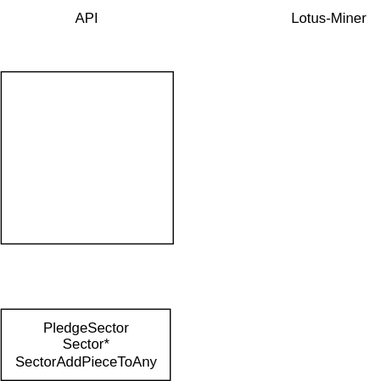
Earlier version of the draw.io export sub-process-diagram.svg (rjan90/Diagram). Source tidied: cells renumbered, new cells last; positions are measured from the earlier drawing's top-left corner, leaving out a move shared by most shapes.
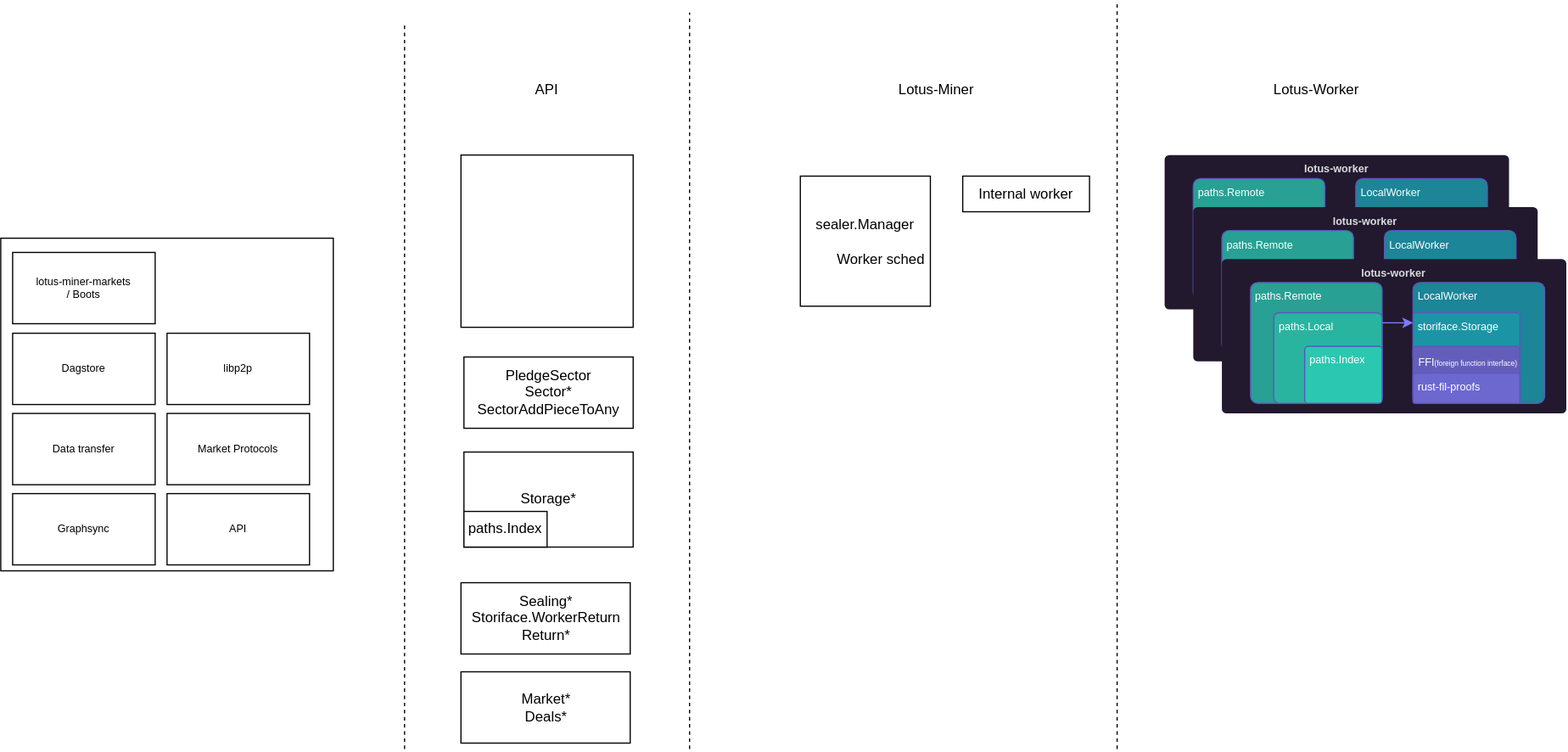
After the commit.

Diff of the diagram source:
```diff
@@ -3,16 +3,184 @@
     <mxCell id="0" />
     <mxCell id="1" parent="0" />
     <mxCell id="2" style="whiteSpace=wrap;html=1;" parent="1" vertex="1">
-      <mxGeometry x="-0.5" y="60" width="145" height="145" as="geometry" />
+      <mxGeometry x="29.5" y="60" width="145" height="145" as="geometry" />
     </mxCell>
     <mxCell id="3" value="API" style="text;html=1;strokeColor=none;fillColor=none;align=center;verticalAlign=middle;whiteSpace=wrap;rounded=0;" parent="1" vertex="1">
-      <mxGeometry x="42" width="60" height="30" as="geometry" />
+      <mxGeometry x="72" y="-10" width="60" height="30" as="geometry" />
     </mxCell>
     <mxCell id="4" value="Lotus-Miner" style="text;html=1;strokeColor=none;fillColor=none;align=center;verticalAlign=middle;whiteSpace=wrap;rounded=0;" parent="1" vertex="1">
-      <mxGeometry x="238" width="76" height="30" as="geometry" />
+      <mxGeometry x="392" y="-10" width="76" height="30" as="geometry" />
     </mxCell>
     <mxCell id="5" value="PledgeSector&lt;br&gt;Sector*&lt;br&gt;SectorAddPieceToAny" style="rounded=0;whiteSpace=wrap;html=1;" parent="1" vertex="1">
-      <mxGeometry x="-0.5" y="260" width="142.5" height="60" as="geometry" />
+      <mxGeometry x="32" y="230" width="142.5" height="60" as="geometry" />
     </mxCell>
+    <mxCell id="6" style="endArrow=none;dashed=1;html=1;rounded=0;" parent="1" edge="1">
+      <mxGeometry relative="1" as="geometry">
+        <mxPoint x="-18" y="560" as="sourcePoint" />
+        <mxPoint x="-18" y="-51" as="targetPoint" />
+      </mxGeometry>
+    </mxCell>
+    <mxCell id="7" style="endArrow=none;dashed=1;html=1;rounded=0;" parent="1" edge="1">
+      <mxGeometry relative="1" as="geometry">
+        <mxPoint x="222" y="560" as="sourcePoint" />
+        <mxPoint x="222" y="-60" as="targetPoint" />
+      </mxGeometry>
+    </mxCell>
+    <mxCell id="8" value="Storage*" style="rounded=0;whiteSpace=wrap;html=1;" parent="1" vertex="1">
+      <mxGeometry x="32" y="310" width="142.5" height="80" as="geometry" />
+    </mxCell>
+    <mxCell id="9" style="endArrow=none;dashed=1;html=1;rounded=0;" parent="1" edge="1">
+      <mxGeometry relative="1" as="geometry">
+        <mxPoint x="582" y="560" as="sourcePoint" />
+        <mxPoint x="582" y="-70" as="targetPoint" />
+      </mxGeometry>
+    </mxCell>
+    <mxCell id="10" value="sealer.Manager&lt;br&gt;&lt;br&gt;&lt;span style=&quot;white-space: pre;&quot;&gt;&#9;&lt;/span&gt;Worker sched" style="whiteSpace=wrap;html=1;" parent="1" vertex="1">
+      <mxGeometry x="315.2" y="77.8" width="109.5" height="109.5" as="geometry" />
+    </mxCell>
+    <mxCell id="11" value="Lotus-Worker" style="text;html=1;strokeColor=none;fillColor=none;align=center;verticalAlign=middle;whiteSpace=wrap;rounded=0;" parent="1" vertex="1">
+      <mxGeometry x="712" y="-10" width="76" height="30" as="geometry" />
+    </mxCell>
+    <mxCell id="12" value="Internal worker" style="rounded=0;whiteSpace=wrap;html=1;" parent="1" vertex="1">
+      <mxGeometry x="452" y="77.8" width="106.8" height="30" as="geometry" />
+    </mxCell>
+    <mxCell id="13" style="group;fontSize=9;" parent="1" vertex="1">
+      <mxGeometry x="622" y="60" width="338.2" height="217.5" as="geometry" />
+    </mxCell>
+    <mxCell id="14" value="&lt;b style=&quot;font-size: 9px;&quot;&gt;&lt;font color=&quot;#dbdcdf&quot; style=&quot;font-size: 9px;&quot;&gt;lotus-worker&lt;/font&gt;&lt;/b&gt;" style="rounded=1;whiteSpace=wrap;html=1;verticalAlign=top;fontSize=9;strokeColor=none;fillColor=#22192f;glass=0;sketch=0;shadow=0;arcSize=3;" parent="13" vertex="1">
+      <mxGeometry width="290" height="130" as="geometry" />
+    </mxCell>
+    <mxCell id="15" value="&amp;nbsp;paths.Remote" style="rounded=1;whiteSpace=wrap;html=1;shadow=0;glass=0;labelBackgroundColor=none;sketch=0;fontSize=9;fontColor=#FFFFFF;fillColor=#28a093;arcSize=6;strokeColor=#5C57BC;verticalAlign=top;align=left;" parent="13" vertex="1">
+      <mxGeometry x="24.1" y="19.8" width="110.8" height="101.7" as="geometry" />
+    </mxCell>
+    <mxCell id="16" value="&amp;nbsp;paths.Local" style="rounded=1;whiteSpace=wrap;html=1;shadow=0;glass=0;labelBackgroundColor=none;sketch=0;fontSize=9;fontColor=#FFFFFF;fillColor=#29b4a0;arcSize=6;strokeColor=#5C57BC;verticalAlign=top;align=left;" parent="13" vertex="1">
+      <mxGeometry x="43.7" y="45.2" width="91.2" height="76.3" as="geometry" />
+    </mxCell>
+    <mxCell id="17" value="&amp;nbsp;paths.Index" style="rounded=1;whiteSpace=wrap;html=1;shadow=0;glass=0;labelBackgroundColor=none;sketch=0;fontSize=9;fontColor=#FFFFFF;fillColor=#2cc7b0;arcSize=6;strokeColor=#5C57BC;verticalAlign=top;align=left;" parent="13" vertex="1">
+      <mxGeometry x="69.7" y="73.5" width="65.2" height="48" as="geometry" />
+    </mxCell>
+    <mxCell id="18" value="&amp;nbsp;LocalWorker" style="rounded=1;whiteSpace=wrap;html=1;shadow=0;glass=0;labelBackgroundColor=none;sketch=0;fontSize=9;fontColor=#FFFFFF;fillColor=#1c8597;arcSize=6;strokeColor=#5C57BC;verticalAlign=top;align=left;" parent="13" vertex="1">
+      <mxGeometry x="161" y="19.8" width="110.8" height="101.7" as="geometry" />
+    </mxCell>
+    <mxCell id="19" value="&amp;nbsp;storiface.Storage" style="rounded=1;whiteSpace=wrap;html=1;shadow=0;glass=0;labelBackgroundColor=none;sketch=0;fontSize=9;fontColor=#FFFFFF;fillColor=#1b95a6;arcSize=6;strokeColor=#5C57BC;verticalAlign=top;align=left;" parent="13" vertex="1">
+      <mxGeometry x="161" y="45.2" width="89.9" height="39.6" as="geometry" />
+    </mxCell>
+    <mxCell id="20" style="edgeStyle=orthogonalEdgeStyle;rounded=0;jettySize=auto;html=1;fontSize=9;fontColor=#616785;strokeColor=#817CF7;" parent="13" edge="1" source="16" target="19">
+      <mxGeometry relative="1" as="geometry">
+        <Array as="points">
+          <mxPoint x="141.4" y="53.7" />
+          <mxPoint x="141.4" y="53.7" />
+        </Array>
+      </mxGeometry>
+    </mxCell>
+    <mxCell id="21" value="&lt;font style=&quot;font-size: 11px;&quot;&gt;&amp;nbsp;&lt;/font&gt;&lt;font style=&quot;font-size: 9px;&quot;&gt;FFI&lt;/font&gt;&lt;font style=&quot;font-size: 6px;&quot;&gt;&lt;font style=&quot;font-size: 6px;&quot;&gt;(foreign function interface)&lt;/font&gt;&lt;/font&gt;" style="rounded=1;html=1;shadow=0;glass=0;labelBackgroundColor=none;sketch=0;fontSize=9;fontColor=#FFFFFF;fillColor=#645ebb;arcSize=6;strokeColor=#5C57BC;verticalAlign=top;align=left;gradientColor=none;whiteSpace=wrap;" parent="13" vertex="1">
+      <mxGeometry x="161" y="73.5" width="89.9" height="48" as="geometry" />
+    </mxCell>
+    <mxCell id="22" value="&amp;nbsp;rust-fil-proofs" style="rounded=1;html=1;shadow=0;glass=0;labelBackgroundColor=none;sketch=0;fontSize=9;fontColor=#FFFFFF;fillColor=#6d68cf;arcSize=6;strokeColor=#5C57BC;verticalAlign=middle;align=left;gradientColor=none;whiteSpace=wrap;" parent="13" vertex="1">
+      <mxGeometry x="161" y="96.1" width="89.9" height="25.4" as="geometry" />
+    </mxCell>
+    <mxCell id="23" style="group;fontSize=9;" parent="13" vertex="1">
+      <mxGeometry x="24.1" y="43.8" width="314.1" height="173.8" as="geometry" />
+    </mxCell>
+    <mxCell id="24" value="&lt;b style=&quot;font-size: 9px;&quot;&gt;&lt;font color=&quot;#dbdcdf&quot; style=&quot;font-size: 9px;&quot;&gt;lotus-worker&lt;/font&gt;&lt;/b&gt;" style="rounded=1;whiteSpace=wrap;html=1;verticalAlign=top;fontSize=9;strokeColor=none;fillColor=#22192f;glass=0;sketch=0;shadow=0;arcSize=3;" parent="23" vertex="1">
+      <mxGeometry width="290" height="130" as="geometry" />
+    </mxCell>
+    <mxCell id="25" value="&amp;nbsp;paths.Remote" style="rounded=1;whiteSpace=wrap;html=1;shadow=0;glass=0;labelBackgroundColor=none;sketch=0;fontSize=9;fontColor=#FFFFFF;fillColor=#28a093;arcSize=6;strokeColor=#5C57BC;verticalAlign=top;align=left;" parent="23" vertex="1">
+      <mxGeometry x="24.1" y="19.8" width="110.8" height="101.7" as="geometry" />
+    </mxCell>
+    <mxCell id="26" value="&amp;nbsp;paths.Local" style="rounded=1;whiteSpace=wrap;html=1;shadow=0;glass=0;labelBackgroundColor=none;sketch=0;fontSize=9;fontColor=#FFFFFF;fillColor=#29b4a0;arcSize=6;strokeColor=#5C57BC;verticalAlign=top;align=left;" parent="23" vertex="1">
+      <mxGeometry x="43.7" y="45.2" width="91.2" height="76.3" as="geometry" />
+    </mxCell>
+    <mxCell id="27" value="&amp;nbsp;paths.Index" style="rounded=1;whiteSpace=wrap;html=1;shadow=0;glass=0;labelBackgroundColor=none;sketch=0;fontSize=9;fontColor=#FFFFFF;fillColor=#2cc7b0;arcSize=6;strokeColor=#5C57BC;verticalAlign=top;align=left;" parent="23" vertex="1">
+      <mxGeometry x="69.7" y="73.5" width="65.2" height="48" as="geometry" />
+    </mxCell>
+    <mxCell id="28" value="&amp;nbsp;LocalWorker" style="rounded=1;whiteSpace=wrap;html=1;shadow=0;glass=0;labelBackgroundColor=none;sketch=0;fontSize=9;fontColor=#FFFFFF;fillColor=#1c8597;arcSize=6;strokeColor=#5C57BC;verticalAlign=top;align=left;" parent="23" vertex="1">
+      <mxGeometry x="161" y="19.8" width="110.8" height="101.7" as="geometry" />
+    </mxCell>
+    <mxCell id="29" value="&amp;nbsp;storiface.Storage" style="rounded=1;whiteSpace=wrap;html=1;shadow=0;glass=0;labelBackgroundColor=none;sketch=0;fontSize=9;fontColor=#FFFFFF;fillColor=#1b95a6;arcSize=6;strokeColor=#5C57BC;verticalAlign=top;align=left;" parent="23" vertex="1">
+      <mxGeometry x="161" y="45.2" width="89.9" height="39.6" as="geometry" />
+    </mxCell>
+    <mxCell id="30" style="edgeStyle=orthogonalEdgeStyle;rounded=0;jettySize=auto;html=1;fontSize=9;fontColor=#616785;strokeColor=#817CF7;" parent="23" edge="1" source="26" target="29">
+      <mxGeometry relative="1" as="geometry">
+        <Array as="points">
+          <mxPoint x="141.4" y="53.7" />
+          <mxPoint x="141.4" y="53.7" />
+        </Array>
+      </mxGeometry>
+    </mxCell>
+    <mxCell id="31" value="&lt;font style=&quot;font-size: 11px;&quot;&gt;&amp;nbsp;&lt;/font&gt;&lt;font style=&quot;font-size: 9px;&quot;&gt;FFI&lt;/font&gt;&lt;font style=&quot;font-size: 6px;&quot;&gt;&lt;font style=&quot;font-size: 6px;&quot;&gt;(foreign function interface)&lt;/font&gt;&lt;/font&gt;" style="rounded=1;html=1;shadow=0;glass=0;labelBackgroundColor=none;sketch=0;fontSize=9;fontColor=#FFFFFF;fillColor=#645ebb;arcSize=6;strokeColor=#5C57BC;verticalAlign=top;align=left;gradientColor=none;whiteSpace=wrap;" parent="23" vertex="1">
+      <mxGeometry x="161" y="73.5" width="89.9" height="48" as="geometry" />
+    </mxCell>
+    <mxCell id="32" value="&amp;nbsp;rust-fil-proofs" style="rounded=1;html=1;shadow=0;glass=0;labelBackgroundColor=none;sketch=0;fontSize=9;fontColor=#FFFFFF;fillColor=#6d68cf;arcSize=6;strokeColor=#5C57BC;verticalAlign=middle;align=left;gradientColor=none;whiteSpace=wrap;" parent="23" vertex="1">
+      <mxGeometry x="161" y="96.1" width="89.9" height="25.4" as="geometry" />
+    </mxCell>
+    <mxCell id="33" style="group;fontSize=9;" parent="23" vertex="1">
+      <mxGeometry x="24.1" y="43.8" width="290" height="130" as="geometry" />
+    </mxCell>
+    <mxCell id="34" value="&lt;b style=&quot;font-size: 9px;&quot;&gt;&lt;font color=&quot;#dbdcdf&quot; style=&quot;font-size: 9px;&quot;&gt;lotus-worker&lt;/font&gt;&lt;/b&gt;" style="rounded=1;whiteSpace=wrap;html=1;verticalAlign=top;fontSize=9;strokeColor=none;fillColor=#22192f;glass=0;sketch=0;shadow=0;arcSize=3;" parent="33" vertex="1">
+      <mxGeometry width="290" height="130" as="geometry" />
+    </mxCell>
+    <mxCell id="35" value="&amp;nbsp;paths.Remote" style="rounded=1;whiteSpace=wrap;html=1;shadow=0;glass=0;labelBackgroundColor=none;sketch=0;fontSize=9;fontColor=#FFFFFF;fillColor=#28a093;arcSize=6;strokeColor=#5C57BC;verticalAlign=top;align=left;" parent="33" vertex="1">
+      <mxGeometry x="24.1" y="19.8" width="110.8" height="101.7" as="geometry" />
+    </mxCell>
+    <mxCell id="36" value="&amp;nbsp;paths.Local" style="rounded=1;whiteSpace=wrap;html=1;shadow=0;glass=0;labelBackgroundColor=none;sketch=0;fontSize=9;fontColor=#FFFFFF;fillColor=#29b4a0;arcSize=6;strokeColor=#5C57BC;verticalAlign=top;align=left;" parent="33" vertex="1">
+      <mxGeometry x="43.7" y="45.2" width="91.2" height="76.3" as="geometry" />
+    </mxCell>
+    <mxCell id="37" value="&amp;nbsp;paths.Index" style="rounded=1;whiteSpace=wrap;html=1;shadow=0;glass=0;labelBackgroundColor=none;sketch=0;fontSize=9;fontColor=#FFFFFF;fillColor=#2cc7b0;arcSize=6;strokeColor=#5C57BC;verticalAlign=top;align=left;" parent="33" vertex="1">
+      <mxGeometry x="69.7" y="73.5" width="65.2" height="48" as="geometry" />
+    </mxCell>
+    <mxCell id="38" value="&amp;nbsp;LocalWorker" style="rounded=1;whiteSpace=wrap;html=1;shadow=0;glass=0;labelBackgroundColor=none;sketch=0;fontSize=9;fontColor=#FFFFFF;fillColor=#1c8597;arcSize=6;strokeColor=#5C57BC;verticalAlign=top;align=left;" parent="33" vertex="1">
+      <mxGeometry x="161" y="19.8" width="110.8" height="101.7" as="geometry" />
+    </mxCell>
+    <mxCell id="39" value="&amp;nbsp;storiface.Storage" style="rounded=1;whiteSpace=wrap;html=1;shadow=0;glass=0;labelBackgroundColor=none;sketch=0;fontSize=9;fontColor=#FFFFFF;fillColor=#1b95a6;arcSize=6;strokeColor=#5C57BC;verticalAlign=top;align=left;" parent="33" vertex="1">
+      <mxGeometry x="161" y="45.2" width="89.9" height="39.6" as="geometry" />
+    </mxCell>
+    <mxCell id="40" style="edgeStyle=orthogonalEdgeStyle;rounded=0;jettySize=auto;html=1;fontSize=9;fontColor=#616785;strokeColor=#817CF7;" parent="33" edge="1" source="36" target="39">
+      <mxGeometry relative="1" as="geometry">
+        <Array as="points">
+          <mxPoint x="141.4" y="53.7" />
+          <mxPoint x="141.4" y="53.7" />
+        </Array>
+      </mxGeometry>
+    </mxCell>
+    <mxCell id="41" value="&lt;font style=&quot;font-size: 11px;&quot;&gt;&amp;nbsp;&lt;/font&gt;&lt;font style=&quot;font-size: 9px;&quot;&gt;FFI&lt;/font&gt;&lt;font style=&quot;font-size: 6px;&quot;&gt;&lt;font style=&quot;font-size: 6px;&quot;&gt;(foreign function interface)&lt;/font&gt;&lt;/font&gt;" style="rounded=1;html=1;shadow=0;glass=0;labelBackgroundColor=none;sketch=0;fontSize=9;fontColor=#FFFFFF;fillColor=#645ebb;arcSize=6;strokeColor=#5C57BC;verticalAlign=top;align=left;gradientColor=none;whiteSpace=wrap;" parent="33" vertex="1">
+      <mxGeometry x="161" y="73.5" width="89.9" height="48" as="geometry" />
+    </mxCell>
+    <mxCell id="42" value="&amp;nbsp;rust-fil-proofs" style="rounded=1;html=1;shadow=0;glass=0;labelBackgroundColor=none;sketch=0;fontSize=9;fontColor=#FFFFFF;fillColor=#6d68cf;arcSize=6;strokeColor=#5C57BC;verticalAlign=middle;align=left;gradientColor=none;whiteSpace=wrap;" parent="33" vertex="1">
+      <mxGeometry x="161" y="96.1" width="89.9" height="25.4" as="geometry" />
+    </mxCell>
+    <mxCell id="43" value="paths.Index" style="rounded=0;whiteSpace=wrap;html=1;" parent="1" vertex="1">
+      <mxGeometry x="32" y="360" width="70" height="30" as="geometry" />
+    </mxCell>
+    <mxCell id="44" value="Sealing*&lt;br&gt;Storiface.WorkerReturn&lt;br&gt;Return*" style="rounded=0;whiteSpace=wrap;html=1;" parent="1" vertex="1">
+      <mxGeometry x="29.5" y="420" width="142.5" height="60" as="geometry" />
+    </mxCell>
+    <mxCell id="45" value="Market*&lt;br&gt;Deals*" style="rounded=0;whiteSpace=wrap;html=1;" parent="1" vertex="1">
+      <mxGeometry x="29.5" y="495" width="142.5" height="60" as="geometry" />
+    </mxCell>
+    <mxCell id="46" style="whiteSpace=wrap;html=1;" parent="1" vertex="1">
+      <mxGeometry x="-358" y="130" width="280" height="280" as="geometry" />
+    </mxCell>
+    <mxCell id="47" value="lotus-miner-markets&lt;br&gt;/ Boots" style="rounded=0;whiteSpace=wrap;html=1;fontSize=9;" parent="1" vertex="1">
+      <mxGeometry x="-348" y="142" width="120" height="60" as="geometry" />
+    </mxCell>
+    <mxCell id="48" value="Dagstore" style="rounded=0;whiteSpace=wrap;html=1;fontSize=9;" parent="1" vertex="1">
+      <mxGeometry x="-348" y="210" width="120" height="60" as="geometry" />
+    </mxCell>
+    <mxCell id="49" value="libp2p" style="rounded=0;whiteSpace=wrap;html=1;fontSize=9;" parent="1" vertex="1">
+      <mxGeometry x="-218" y="210" width="120" height="60" as="geometry" />
+    </mxCell>
+    <mxCell id="50" value="Data transfer" style="rounded=0;whiteSpace=wrap;html=1;fontSize=9;" parent="1" vertex="1">
+      <mxGeometry x="-348" y="277.5" width="120" height="60" as="geometry" />
+    </mxCell>
+    <mxCell id="51" value="Graphsync" style="rounded=0;whiteSpace=wrap;html=1;fontSize=9;" parent="1" vertex="1">
+      <mxGeometry x="-348" y="345" width="120" height="60" as="geometry" />
+    </mxCell>
+    <mxCell id="52" value="Market Protocols" style="rounded=0;whiteSpace=wrap;html=1;fontSize=9;" parent="1" vertex="1">
+      <mxGeometry x="-218" y="277.5" width="120" height="60" as="geometry" />
+    </mxCell>
+    <mxCell id="53" value="API" style="rounded=0;whiteSpace=wrap;html=1;fontSize=9;" parent="1" vertex="1">
+      <mxGeometry x="-218" y="345" width="120" height="60" as="geometry" />
+    </mxCell>
   </root>
 </mxGraphModel>
```
